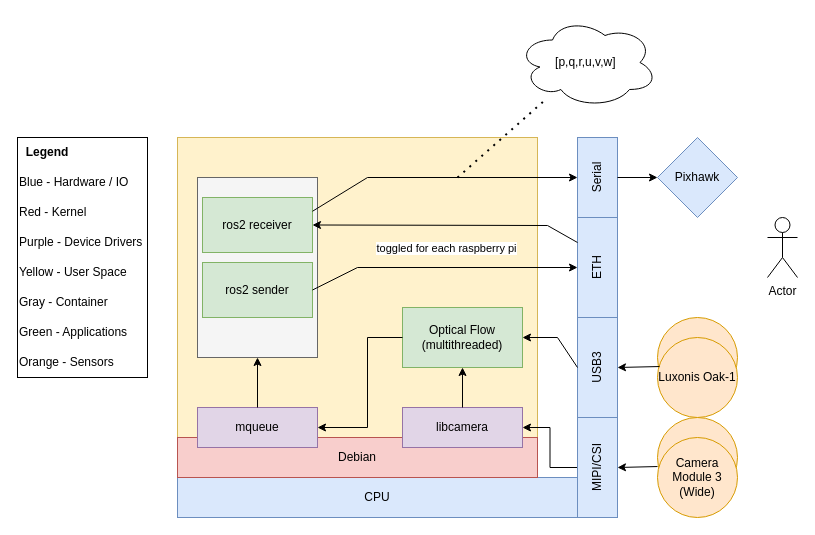
The draw.io diagram OpticalFlowStack.drawio in dakre21/optical_flow_disturbance_rejection, before the edit. Source tidied: cells renumbered, new cells numbered last; positions are measured from the earlier drawing's top-left corner, leaving out a move shared by most shapes. Both pictures are drawn from the tidied source at 100%, with x=0, y=0 at pixel (17, 17).
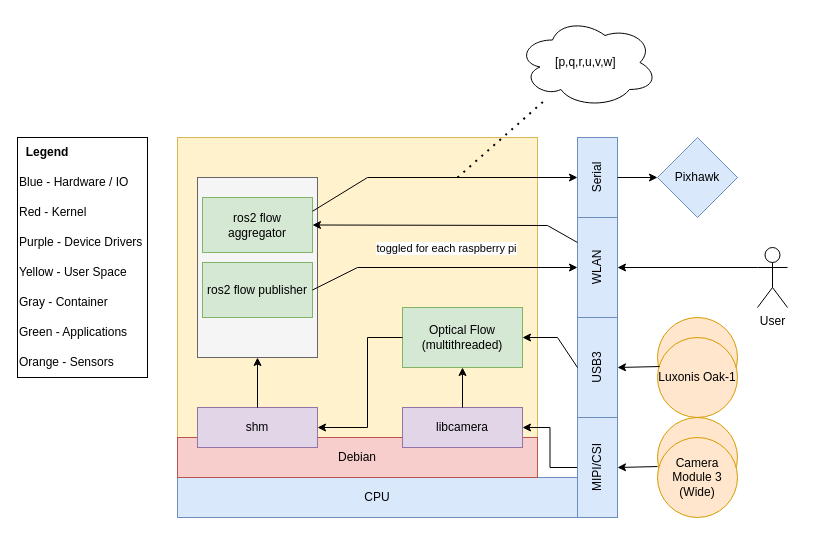
Above is the later version.

Commit message (it also covers changes not shown here):
Full stack is tested out on rpi

The edit, as a diff of the source:
```diff
@@
-    <mxCell id="6" value="ETH" style="rounded=0;whiteSpace=wrap;html=1;fillColor=#dae8fc;strokeColor=#6c8ebf;rotation=-90;" parent="1" vertex="1">
+    <mxCell id="6" value="WLAN" style="rounded=0;whiteSpace=wrap;html=1;fillColor=#dae8fc;strokeColor=#6c8ebf;rotation=-90;" parent="1" vertex="1">
       <mxGeometry x="530" y="230" width="100" height="40" as="geometry" />
     </mxCell>
@@
-    <mxCell id="17" value="mqueue" style="rounded=0;whiteSpace=wrap;html=1;fillColor=#e1d5e7;strokeColor=#9673a6;rotation=0;" parent="1" vertex="1">
+    <mxCell id="17" value="shm" style="rounded=0;whiteSpace=wrap;html=1;fillColor=#e1d5e7;strokeColor=#9673a6;rotation=0;" parent="1" vertex="1">
       <mxGeometry x="180" y="390" width="120" height="40" as="geometry" />
     </mxCell>
@@
-    <mxCell id="30" value="ros2 receiver" style="rounded=0;whiteSpace=wrap;html=1;fillColor=#d5e8d4;strokeColor=#82b366;" parent="1" vertex="1">
+    <mxCell id="30" value="ros2 flow aggregator" style="rounded=0;whiteSpace=wrap;html=1;fillColor=#d5e8d4;strokeColor=#82b366;" parent="1" vertex="1">
       <mxGeometry x="185" y="180" width="110" height="55" as="geometry" />
     </mxCell>
@@
-    <mxCell id="34" value="ros2 sender" style="rounded=0;whiteSpace=wrap;html=1;fillColor=#d5e8d4;strokeColor=#82b366;" parent="1" vertex="1">
+    <mxCell id="34" value="ros2 flow publisher" style="rounded=0;whiteSpace=wrap;html=1;fillColor=#d5e8d4;strokeColor=#82b366;" parent="1" vertex="1">
       <mxGeometry x="185" y="245" width="110" height="55" as="geometry" />
     </mxCell>
@@
-    <mxCell id="43" value="Actor" style="shape=umlActor;verticalLabelPosition=bottom;verticalAlign=top;html=1;outlineConnect=0;" parent="1" vertex="1">
-      <mxGeometry x="750" y="200" width="30" height="60" as="geometry" />
+    <mxCell id="43" value="User" style="shape=umlActor;verticalLabelPosition=bottom;verticalAlign=top;html=1;outlineConnect=0;" parent="1" vertex="1">
+      <mxGeometry x="740" y="230" width="30" height="60" as="geometry" />
     </mxCell>
+    <mxCell id="44" style="endArrow=classic;html=1;rounded=0;exitX=0;exitY=0.3333333333333333;exitDx=0;exitDy=0;exitPerimeter=0;entryX=0.5;entryY=1;entryDx=0;entryDy=0;" parent="1" edge="1" source="43" target="6">
+      <mxGeometry relative="1" as="geometry" />
+    </mxCell>
```
